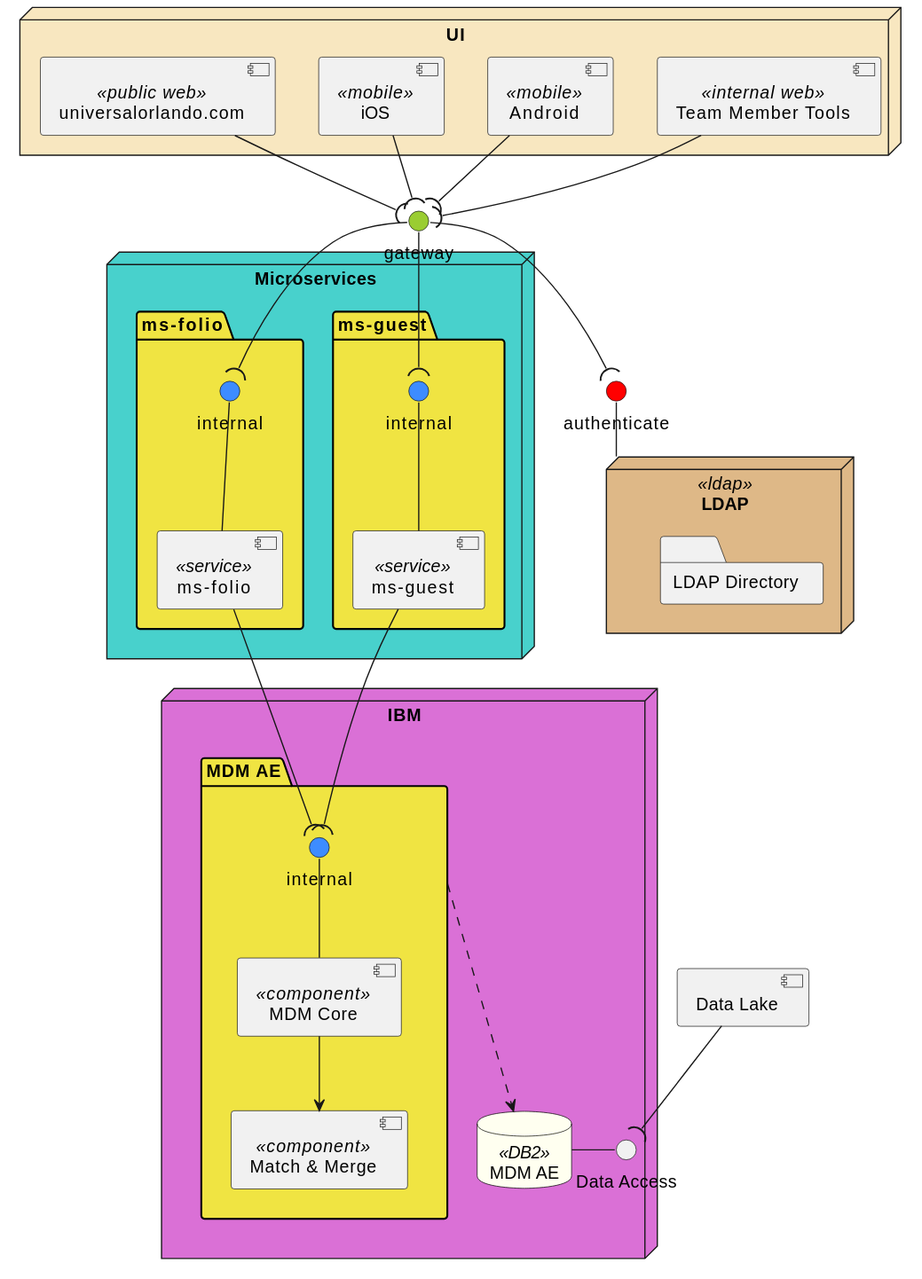
This is dist/assets/diagrams/component/mdm-ae.svg from kaaljabr/presentation, a PlantUML export, as it was before one commit. The source it was exported from:
```plantuml
@startuml

skinparam database {
    backgroundColor Ivory
    borderColor black
}

skinparam package {
    backgroundColor #F0E442
}

interface gateway #YellowGreen
interface authenticate #Red

node "LDAP" as ldap <<ldap>> #BurlyWood {
    folder "LDAP Directory" as ldap_dir
}

node "UI" #Strategy {
    component "Android" as android <<mobile>>
    component "iOS" as ios <<mobile>>
    component "universalorlando.com" as web <<public web>>
    component "Team Member Tools" as teammember <<internal web>>
}

node "Microservices" #MediumTurquoise {

    package "ms-guest" as guest_package {
        interface internal as guest_internal #3D8CFF
        component "ms-guest" as ms_guest <<service>>
        guest_internal -- ms_guest
    }
    package "ms-folio" as folio_package #F0E442 {
        interface internal as folio_internal #3D8CFF
        component "ms-folio" as ms_folio <<service>>
        folio_internal -- ms_folio
    }
}

node "IBM" #Orchid {
    package "MDM AE" as mdm_package {
        interface internal as mdm_internal #3D8CFF
        component "MDM Core" as mdm <<component>>
        component "Match & Merge" as match_merge <<component>>
    }
    database "MDM AE" as db2 <<DB2>>
    mdm_internal -- mdm
    mdm --> match_merge
    mdm_package --.> db2

    interface "Data Access" as data_access
}

component "Data Lake" as data_lake

android --( gateway
ios --( gateway
web --( gateway
teammember -right-( gateway

gateway --( guest_internal
gateway --( folio_internal

ms_guest --( mdm_internal
ms_folio --( mdm_internal

authenticate -- ldap
gateway --( authenticate

db2 -right- data_access
data_lake --( data_access


@enduml
```
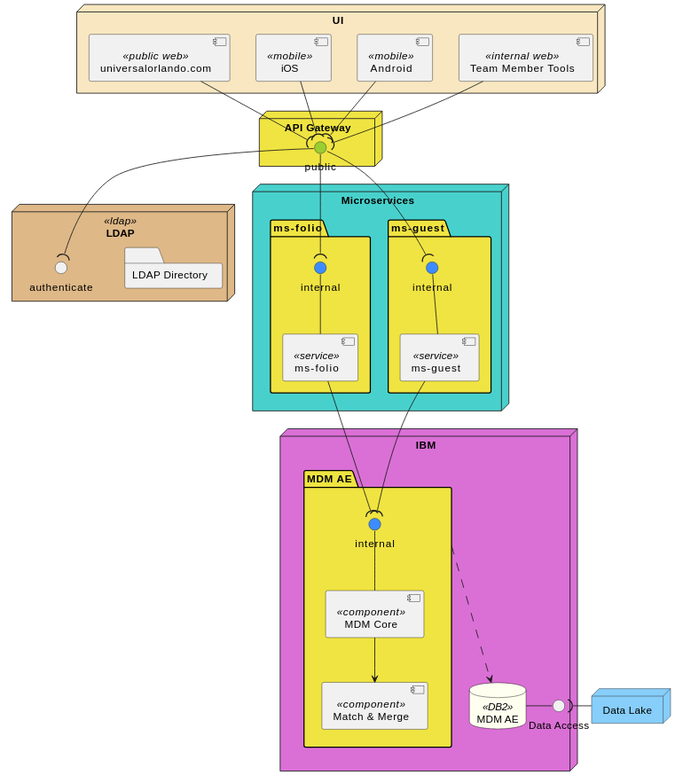
After the change.

What changed in the source:
```diff
@@ -9,11 +9,13 @@
     backgroundColor #F0E442
 }
 
-interface gateway #YellowGreen
-interface authenticate #Red
+node "API Gateway" as gateway {
+    interface public #YellowGreen
+}
 
 node "LDAP" as ldap <<ldap>> #BurlyWood {
     folder "LDAP Directory" as ldap_dir
+    interface authenticate
 }
 
 node "UI" #Strategy {
@@ -51,24 +53,23 @@
     interface "Data Access" as data_access
 }
 
-component "Data Lake" as data_lake
+node "Data Lake" as data_lake #LightSkyBlue
 
-android --( gateway
-ios --( gateway
-web --( gateway
-teammember -right-( gateway
+android --( public
+ios --( public
+web --( public
+teammember -right-( public
 
-gateway --( guest_internal
-gateway --( folio_internal
+public --( guest_internal
+public --( folio_internal
 
 ms_guest --( mdm_internal
 ms_folio --( mdm_internal
 
-authenticate -- ldap
-gateway --( authenticate
+public --( authenticate
 
 db2 -right- data_access
-data_lake --( data_access
+data_lake -left-( data_access
 
 
 @enduml
```
